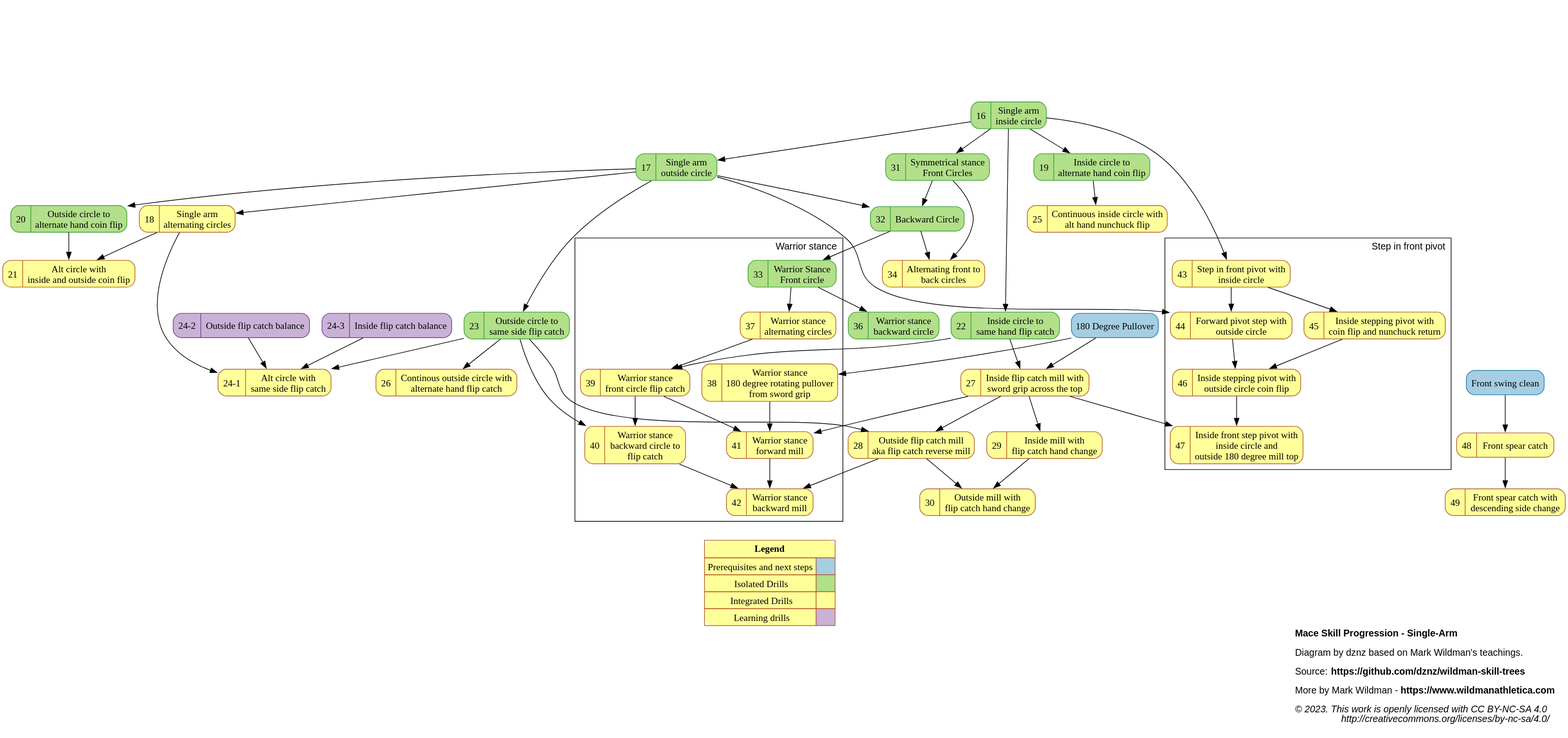
Earlier version of the PlantUML export dist/mace_progression_sa.svg (dznz/wildman-skill-trees). Its source is kept beside it as src/mace/mace_progression_sa.puml.
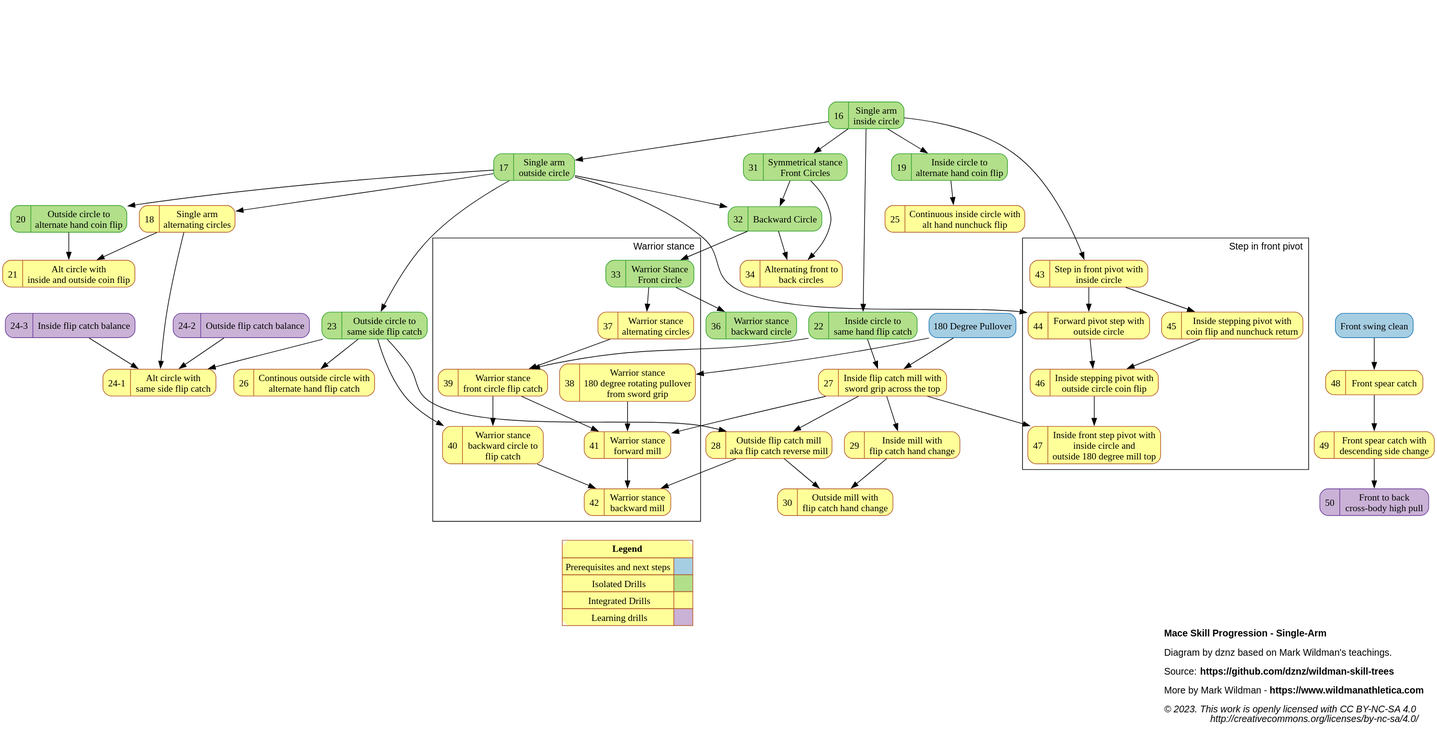
After the commit.

Commit message:
feat(mace_progression): add M-50

Change to the diagram source:
```diff
@@ -22,6 +22,7 @@
   subgraph aux {
     node [color=10, fillcolor=9]
     mov_242_outflip; mov_243_inflip
+    mov_50_f2bxbodhipull
   }
 
   subgraph ext {
@@ -74,6 +75,7 @@
 mov_47_sifpivotwincircleout180 [label="{{47  |Inside front step pivot with\ninside circle and\noutside 180 degree mill top}}" URL="https://www.youtube.com/watch?v=zuen0CLdwMU" ];
 mov_48_frspear                 [label="{{48  |Front spear catch}}"                                                            URL="https://www.youtube.com/watch?v=hwQlmjHQsrg" ];
 mov_49_frspearwchange          [label="{{49  |Front spear catch with\ndescending side change}}"                               URL="https://www.youtube.com/watch?v=xzPiZZV2K4E" ];
+mov_50_f2bxbodhipull           [label="{{50  |Front to back\ncross-body high pull}}"                                          URL="https://www.youtube.com/watch?v=AoUxg7QE-xU" ];
 
 
     // Precursor
@@ -142,7 +144,7 @@
       mov_45_sifpivotwflip -> mov_46_sifpivotwoutcircleflip
       mov_46_sifpivotwoutcircleflip -> mov_47_sifpivotwincircleout180
     }
-    ext_frswingclean -> mov_48_frspear -> mov_49_frspearwchange
+    ext_frswingclean -> mov_48_frspear -> mov_49_frspearwchange -> mov_50_f2bxbodhipull
 
     {rank=same;mov_23_outcircle2sameflip;mov_36_warbkcircle}
 
```
